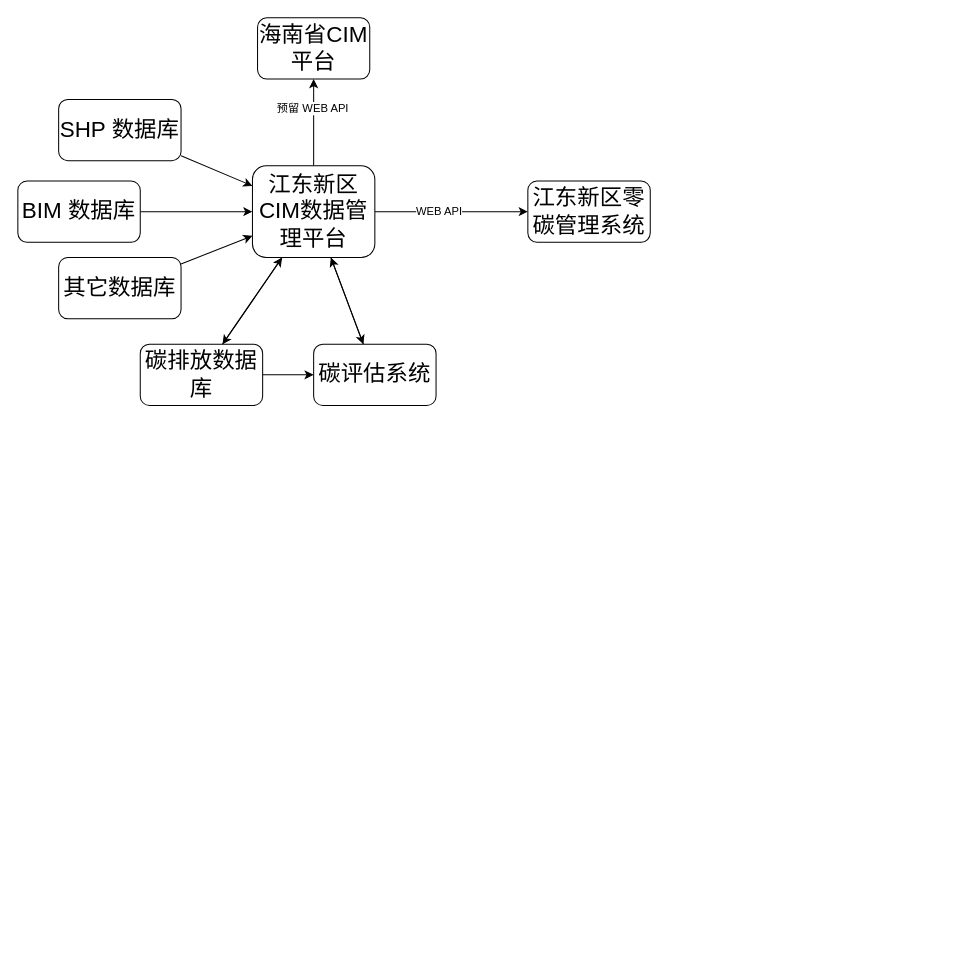
Earlier version of the draw.io diagram CIM时空大数据总体设计.drawio (gaochaowyq/MinderGraph). Source tidied: cells renumbered, new cells numbered last; positions are measured from the earlier drawing's top-left corner, leaving out a move shared by most shapes. Both pictures are drawn from the tidied source at 102%, with x=0, y=0 at pixel (17, 17).
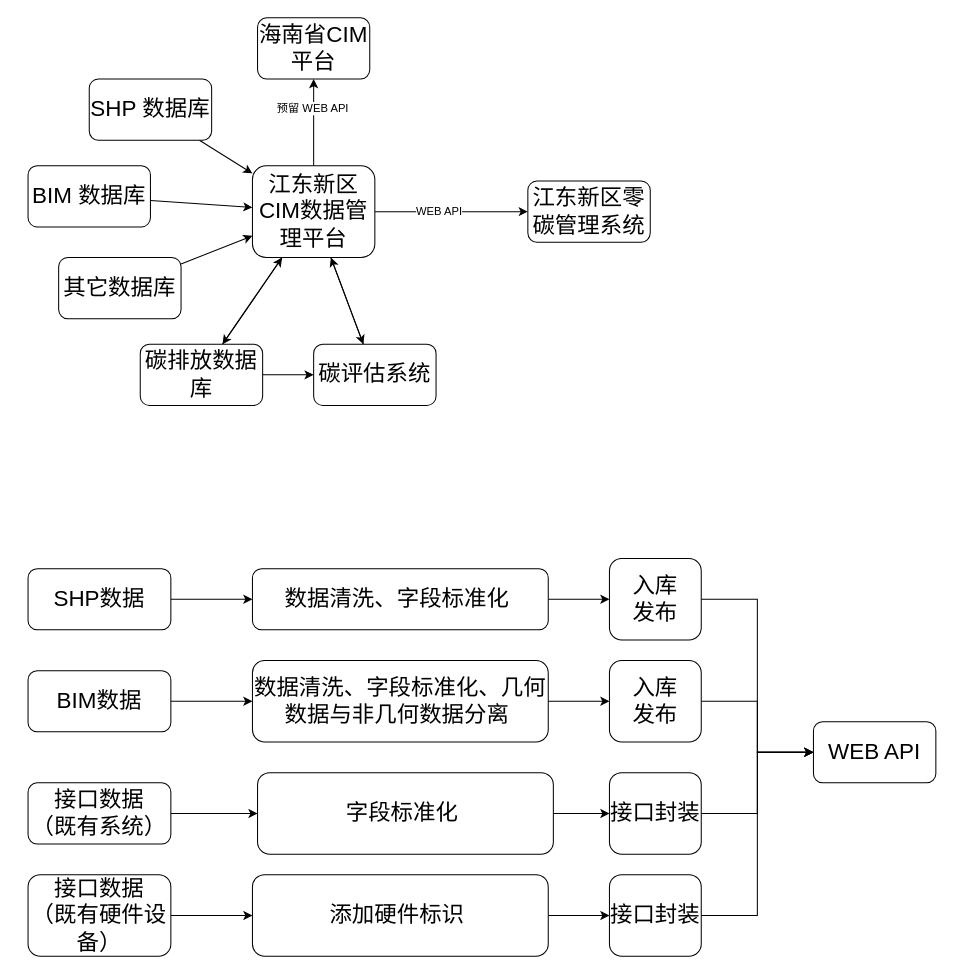
The same diagram, later.

Commit message:
更新CIM时空大数据总体设计.drawio

Change to the diagram source:
```diff
@@
     <mxCell id="17" value="&lt;font style=&quot;font-size: 22px;&quot;&gt;SHP 数据库&lt;/font&gt;" style="rounded=1;whiteSpace=wrap;html=1;" parent="1" vertex="1">
-      <mxGeometry x="40" y="80" width="120" height="60" as="geometry" />
+      <mxGeometry x="70" y="60" width="120" height="60" as="geometry" />
     </mxCell>
@@
     <mxCell id="19" value="&lt;font style=&quot;font-size: 22px;&quot;&gt;BIM 数据库&lt;/font&gt;" style="rounded=1;whiteSpace=wrap;html=1;" parent="1" vertex="1">
-      <mxGeometry y="160" width="120" height="60" as="geometry" />
+      <mxGeometry x="10" y="145" width="120" height="60" as="geometry" />
     </mxCell>
@@
+    <mxCell id="22" style="edgeStyle=orthogonalEdgeStyle;rounded=0;jettySize=auto;html=1;" parent="1" edge="1" source="23" target="31">
+      <mxGeometry relative="1" as="geometry" />
+    </mxCell>
+    <mxCell id="23" value="&lt;font style=&quot;font-size: 22px;&quot;&gt;SHP数据&lt;/font&gt;" style="rounded=1;whiteSpace=wrap;html=1;" parent="1" vertex="1">
+      <mxGeometry x="10" y="540" width="140" height="60" as="geometry" />
+    </mxCell>
+    <mxCell id="24" style="edgeStyle=orthogonalEdgeStyle;rounded=0;jettySize=auto;html=1;" parent="1" edge="1" source="25" target="33">
+      <mxGeometry relative="1" as="geometry" />
+    </mxCell>
+    <mxCell id="25" value="&lt;font style=&quot;font-size: 22px;&quot;&gt;BIM数据&lt;/font&gt;" style="rounded=1;whiteSpace=wrap;html=1;" parent="1" vertex="1">
+      <mxGeometry x="10" y="640" width="140" height="60" as="geometry" />
+    </mxCell>
+    <mxCell id="26" style="edgeStyle=orthogonalEdgeStyle;rounded=0;jettySize=auto;html=1;" parent="1" edge="1" source="27" target="35">
+      <mxGeometry relative="1" as="geometry" />
+    </mxCell>
+    <mxCell id="27" value="&lt;font style=&quot;font-size: 22px;&quot;&gt;接口数据&lt;br&gt;（既有系统）&lt;/font&gt;" style="rounded=1;whiteSpace=wrap;html=1;" parent="1" vertex="1">
+      <mxGeometry x="10" y="750" width="140" height="60" as="geometry" />
+    </mxCell>
+    <mxCell id="28" style="edgeStyle=orthogonalEdgeStyle;rounded=0;jettySize=auto;html=1;" parent="1" edge="1" source="29" target="37">
+      <mxGeometry relative="1" as="geometry" />
+    </mxCell>
+    <mxCell id="29" value="&lt;font style=&quot;font-size: 22px;&quot;&gt;接口数据&lt;br&gt;（既有硬件设备）&lt;/font&gt;" style="rounded=1;whiteSpace=wrap;html=1;" parent="1" vertex="1">
+      <mxGeometry x="10" y="840" width="140" height="80" as="geometry" />
+    </mxCell>
+    <mxCell id="30" style="edgeStyle=orthogonalEdgeStyle;rounded=0;jettySize=auto;html=1;" parent="1" edge="1" source="31" target="41">
+      <mxGeometry relative="1" as="geometry" />
+    </mxCell>
+    <mxCell id="31" value="&lt;font style=&quot;font-size: 22px;&quot;&gt;数据清洗、字段标准化&amp;nbsp;&lt;/font&gt;" style="rounded=1;whiteSpace=wrap;html=1;" parent="1" vertex="1">
+      <mxGeometry x="230" y="540" width="290" height="60" as="geometry" />
+    </mxCell>
+    <mxCell id="32" style="edgeStyle=orthogonalEdgeStyle;rounded=0;jettySize=auto;html=1;" parent="1" edge="1" source="33" target="39">
+      <mxGeometry relative="1" as="geometry" />
+    </mxCell>
+    <mxCell id="33" value="&lt;font style=&quot;font-size: 22px;&quot;&gt;数据清洗、字段标准化、几何数据与非几何数据分离&amp;nbsp;&lt;/font&gt;" style="rounded=1;whiteSpace=wrap;html=1;" parent="1" vertex="1">
+      <mxGeometry x="230" y="630" width="290" height="80" as="geometry" />
+    </mxCell>
+    <mxCell id="34" style="edgeStyle=orthogonalEdgeStyle;rounded=0;jettySize=auto;html=1;" parent="1" edge="1" source="35" target="43">
+      <mxGeometry relative="1" as="geometry" />
+    </mxCell>
+    <mxCell id="35" value="&lt;font style=&quot;font-size: 22px;&quot;&gt;字段标准化&amp;nbsp;&lt;/font&gt;" style="rounded=1;whiteSpace=wrap;html=1;" parent="1" vertex="1">
+      <mxGeometry x="235" y="740" width="290" height="80" as="geometry" />
+    </mxCell>
+    <mxCell id="36" style="edgeStyle=orthogonalEdgeStyle;rounded=0;jettySize=auto;html=1;entryX=0;entryY=0.5;entryDx=0;entryDy=0;" parent="1" edge="1" source="37" target="45">
+      <mxGeometry relative="1" as="geometry" />
+    </mxCell>
+    <mxCell id="37" value="&lt;font style=&quot;font-size: 22px;&quot;&gt;添加硬件标识&amp;nbsp;&lt;/font&gt;" style="rounded=1;whiteSpace=wrap;html=1;" parent="1" vertex="1">
+      <mxGeometry x="230" y="840" width="290" height="80" as="geometry" />
+    </mxCell>
+    <mxCell id="38" style="edgeStyle=orthogonalEdgeStyle;rounded=0;jettySize=auto;html=1;" parent="1" edge="1" source="39" target="46">
+      <mxGeometry relative="1" as="geometry" />
+    </mxCell>
+    <mxCell id="39" value="&lt;font style=&quot;font-size: 22px;&quot;&gt;入库&lt;br&gt;发布&lt;br&gt;&lt;/font&gt;" style="rounded=1;whiteSpace=wrap;html=1;" parent="1" vertex="1">
+      <mxGeometry x="580" y="630" width="90" height="80" as="geometry" />
+    </mxCell>
+    <mxCell id="40" style="edgeStyle=orthogonalEdgeStyle;rounded=0;jettySize=auto;html=1;entryX=0;entryY=0.5;entryDx=0;entryDy=0;" parent="1" edge="1" source="41" target="46">
+      <mxGeometry relative="1" as="geometry" />
+    </mxCell>
+    <mxCell id="41" value="&lt;font style=&quot;font-size: 22px;&quot;&gt;入库&lt;br&gt;发布&lt;/font&gt;" style="rounded=1;whiteSpace=wrap;html=1;" parent="1" vertex="1">
+      <mxGeometry x="580" y="530" width="90" height="80" as="geometry" />
+    </mxCell>
+    <mxCell id="42" style="edgeStyle=orthogonalEdgeStyle;rounded=0;jettySize=auto;html=1;entryX=0;entryY=0.5;entryDx=0;entryDy=0;" parent="1" edge="1" source="43" target="46">
+      <mxGeometry relative="1" as="geometry" />
+    </mxCell>
+    <mxCell id="43" value="&lt;font style=&quot;font-size: 22px;&quot;&gt;接口封装&lt;/font&gt;" style="rounded=1;whiteSpace=wrap;html=1;" parent="1" vertex="1">
+      <mxGeometry x="580" y="740" width="90" height="80" as="geometry" />
+    </mxCell>
+    <mxCell id="44" style="edgeStyle=orthogonalEdgeStyle;rounded=0;jettySize=auto;html=1;entryX=0;entryY=0.5;entryDx=0;entryDy=0;" parent="1" edge="1" source="45" target="46">
+      <mxGeometry relative="1" as="geometry" />
+    </mxCell>
+    <mxCell id="45" value="&lt;font style=&quot;font-size: 22px;&quot;&gt;接口封装&lt;/font&gt;" style="rounded=1;whiteSpace=wrap;html=1;" parent="1" vertex="1">
+      <mxGeometry x="580" y="840" width="90" height="80" as="geometry" />
+    </mxCell>
+    <mxCell id="46" value="&lt;font style=&quot;font-size: 22px;&quot;&gt;WEB API&lt;/font&gt;" style="rounded=1;whiteSpace=wrap;html=1;" parent="1" vertex="1">
+      <mxGeometry x="780" y="690" width="120" height="60" as="geometry" />
+    </mxCell>
```
